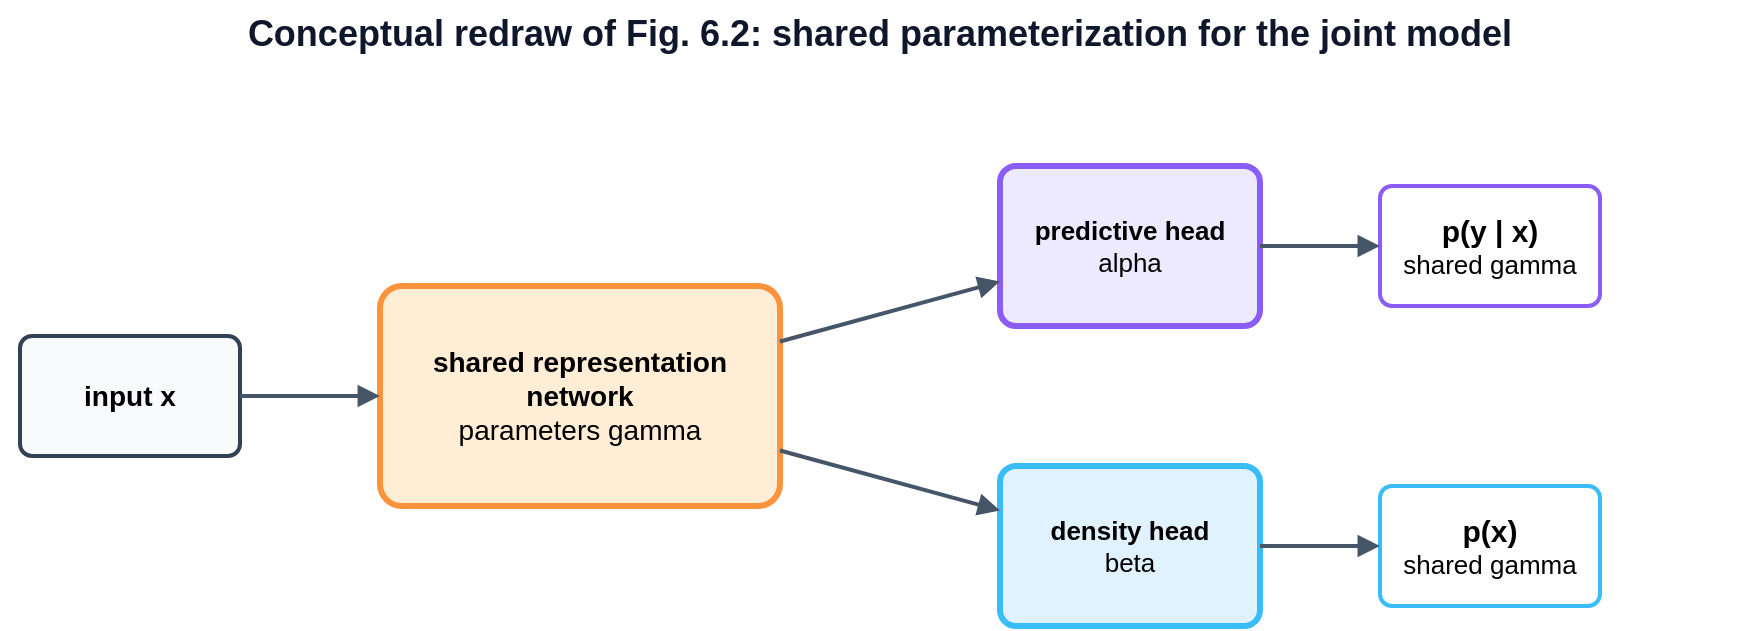
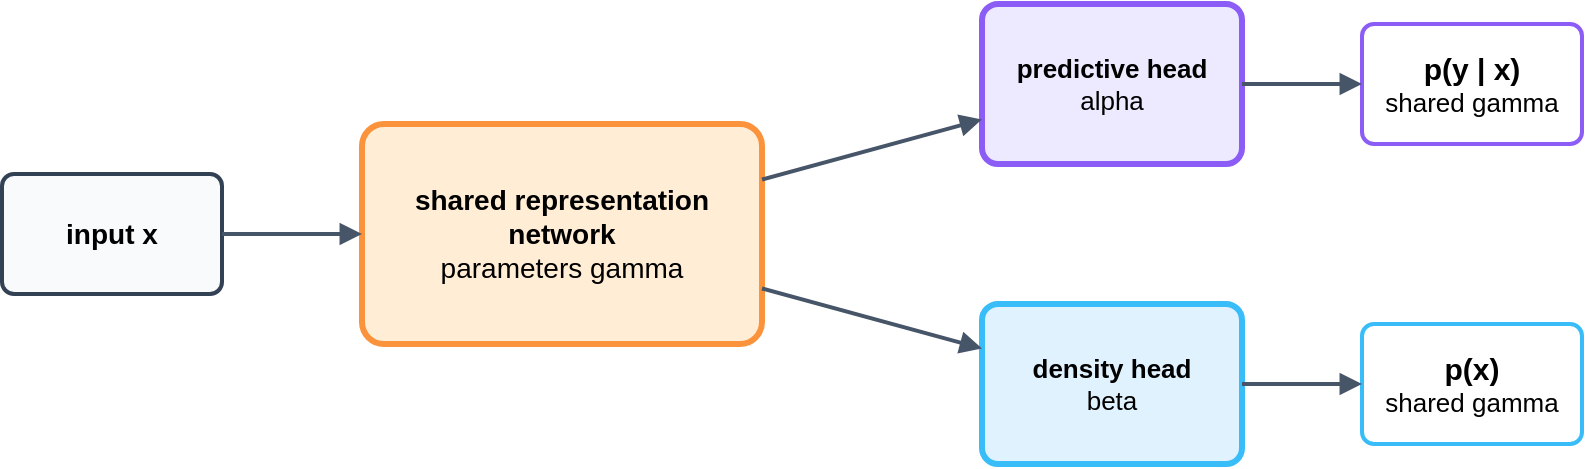
<mxfile host="app.diagrams.net" agent="Codex">
  <diagram id="fig_6_2_shared_parameterization" name="fig_6_2_shared_parameterization">
    <mxGraphModel dx="1006" dy="617" grid="1" gridSize="10" guides="1" tooltips="1" connect="1" arrows="1" fold="1" page="1" pageScale="1" pageWidth="980" pageHeight="440" math="0" shadow="0">
      <root>
        <mxCell id="0" />
        <mxCell id="1" parent="0" />
-         <mxCell id="c3" parent="1" style="text;html=1;strokeColor=none;fillColor=none;align=center;verticalAlign=middle;whiteSpace=wrap;rounded=0;fontSize=18;fontStyle=1;fontColor=#0f172a;" value="Conceptual redraw of Fig. 6.2: shared parameterization for the joint model" vertex="1">
-           <mxGeometry height="34" width="880" x="50" y="22" as="geometry" />
-         </mxCell>
        <mxCell id="c4" parent="1" style="rounded=1;whiteSpace=wrap;html=1;arcSize=10;fillColor=#f8fafc;strokeColor=#334155;strokeWidth=2;fontSize=14;fontStyle=1;" value="input x" vertex="1">
          <mxGeometry height="60" width="110" x="60" y="190" as="geometry" />
        </mxCell>
        <mxCell id="c5" parent="1" style="rounded=1;whiteSpace=wrap;html=1;arcSize=10;fillColor=#FFEDD5;strokeColor=#FB923C;strokeWidth=3;fontSize=14;fontStyle=1;" value="shared representation network&lt;br&gt;&lt;span style=&quot;font-weight: normal;&quot;&gt;parameters gamma&lt;/span&gt;" vertex="1">
          <mxGeometry height="110" width="200" x="240" y="165" as="geometry" />
        </mxCell>
        <mxCell id="c6" parent="1" style="rounded=1;whiteSpace=wrap;html=1;arcSize=10;fillColor=#EDE9FE;strokeColor=#8B5CF6;strokeWidth=3;fontSize=13;" value="&lt;b&gt;predictive head&lt;br&gt;&lt;/b&gt;alpha" vertex="1">
          <mxGeometry height="80" width="130" x="550" y="105" as="geometry" />
        </mxCell>
        <mxCell id="c7" parent="1" style="rounded=1;whiteSpace=wrap;html=1;arcSize=10;fillColor=#E0F2FE;strokeColor=#38BDF8;strokeWidth=3;fontSize=13;" value="&lt;b&gt;density head&lt;br&gt;&lt;/b&gt;beta" vertex="1">
          <mxGeometry height="80" width="130" x="550" y="255" as="geometry" />
        </mxCell>
        <mxCell id="c8" parent="1" style="rounded=1;whiteSpace=wrap;html=1;arcSize=10;fillColor=#ffffff;strokeColor=#8B5CF6;strokeWidth=2;fontSize=13;" value="&lt;b&gt;&lt;font style=&quot;font-size: 15px;&quot;&gt;p(y | x)&lt;br&gt;&lt;/font&gt;&lt;/b&gt;shared gamma" vertex="1">
          <mxGeometry height="60" width="110" x="740" y="115" as="geometry" />
        </mxCell>
        <mxCell id="c9" parent="1" style="rounded=1;whiteSpace=wrap;html=1;arcSize=10;fillColor=#ffffff;strokeColor=#38BDF8;strokeWidth=2;fontSize=13;" value="&lt;b&gt;&lt;font style=&quot;font-size: 15px;&quot;&gt;p(x)&lt;br&gt;&lt;/font&gt;&lt;/b&gt;shared gamma" vertex="1">
          <mxGeometry height="60" width="110" x="740" y="265" as="geometry" />
        </mxCell>
        <mxCell id="c10" edge="1" parent="1" source="c4" style="endArrow=block;html=1;rounded=1;strokeWidth=2;strokeColor=#475569;fontSize=12;fontColor=#334155;" target="c5" value="">
          <mxGeometry relative="1" as="geometry" />
        </mxCell>
        <mxCell id="c11" edge="1" parent="1" source="c5" style="endArrow=block;html=1;rounded=1;strokeWidth=2;strokeColor=#475569;fontSize=12;fontColor=#334155;" target="c6" value="">
          <mxGeometry relative="1" as="geometry" />
        </mxCell>
        <mxCell id="c12" edge="1" parent="1" source="c5" style="endArrow=block;html=1;rounded=1;strokeWidth=2;strokeColor=#475569;fontSize=12;fontColor=#334155;" target="c7" value="">
          <mxGeometry relative="1" as="geometry" />
        </mxCell>
        <mxCell id="c13" edge="1" parent="1" source="c6" style="endArrow=block;html=1;rounded=1;strokeWidth=2;strokeColor=#475569;fontSize=12;fontColor=#334155;" target="c8" value="">
          <mxGeometry relative="1" as="geometry" />
        </mxCell>
        <mxCell id="c14" edge="1" parent="1" source="c7" style="endArrow=block;html=1;rounded=1;strokeWidth=2;strokeColor=#475569;fontSize=12;fontColor=#334155;" target="c9" value="">
          <mxGeometry relative="1" as="geometry" />
        </mxCell>
      </root>
    </mxGraphModel>
  </diagram>
</mxfile>
